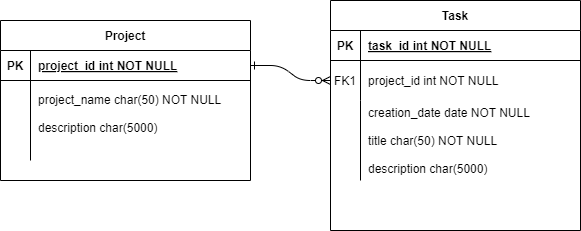
Earlier version of the draw.io export entity-relationship.png (soandrade6/projects-manager-API). Source tidied: cells renumbered, new cells last; positions are measured from the earlier drawing's top-left corner, leaving out a move shared by most shapes. Its diagram source:
```xml
<mxGraphModel>
  <root>
    <mxCell id="0" />
    <mxCell id="1" parent="0" />
    <mxCell id="2" style="edgeStyle=entityRelationEdgeStyle;endArrow=ERzeroToMany;startArrow=ERone;endFill=1;startFill=0;" parent="1" edge="1" source="14" target="7">
      <mxGeometry relative="1" as="geometry" />
    </mxCell>
    <mxCell id="3" value="Task" style="shape=table;startSize=30;rowLines=0;fontStyle=1;align=center;" parent="1" vertex="1">
      <mxGeometry x="330" width="250" height="230" as="geometry" />
    </mxCell>
    <mxCell id="4" style="shape=partialRectangle;fillColor=none;top=0;left=0;right=0;bottom=1;" parent="3" vertex="1">
      <mxGeometry y="30" width="250" height="30" as="geometry" />
    </mxCell>
    <mxCell id="5" value="PK" style="shape=partialRectangle;overflow=hidden;fillColor=none;top=0;left=0;bottom=0;right=0;fontStyle=1;" parent="4" vertex="1">
      <mxGeometry width="30" height="30" as="geometry" />
    </mxCell>
    <mxCell id="6" value="task_id int NOT NULL " style="shape=partialRectangle;overflow=hidden;fillColor=none;top=0;left=0;bottom=0;right=0;align=left;spacingLeft=6;fontStyle=5;" parent="4" vertex="1">
      <mxGeometry x="30" width="220" height="30" as="geometry" />
    </mxCell>
    <mxCell id="7" style="shape=partialRectangle;fillColor=none;points=[[0,0.5],[1,0.5]];portConstraint=eastwest;top=0;left=0;right=0;bottom=0;" parent="3" vertex="1">
      <mxGeometry y="60" width="250" height="40" as="geometry" />
    </mxCell>
    <mxCell id="8" value="FK1" style="shape=partialRectangle;overflow=hidden;fillColor=none;top=0;left=0;bottom=0;right=0;" parent="7" vertex="1">
      <mxGeometry width="30" height="40" as="geometry" />
    </mxCell>
    <mxCell id="9" value="project_id int NOT NULL" style="shape=partialRectangle;overflow=hidden;fillColor=none;top=0;left=0;bottom=0;right=0;align=left;spacingLeft=6;" parent="7" vertex="1">
      <mxGeometry x="30" width="220" height="40" as="geometry" />
    </mxCell>
    <mxCell id="10" style="shape=partialRectangle;fillColor=none;top=0;left=0;right=0;bottom=0;" parent="3" vertex="1">
      <mxGeometry y="100" width="250" height="80" as="geometry" />
    </mxCell>
    <mxCell id="11" style="shape=partialRectangle;overflow=hidden;fillColor=none;top=0;left=0;bottom=0;right=0;" parent="10" vertex="1">
      <mxGeometry width="30" height="80" as="geometry" />
    </mxCell>
    <mxCell id="12" value="creation_date date NOT NULL&#10;&#10;title char(50) NOT NULL&#10;&#10;description char(5000)" style="shape=partialRectangle;overflow=hidden;fillColor=none;top=0;left=0;bottom=0;right=0;align=left;spacingLeft=6;" parent="10" vertex="1">
      <mxGeometry x="30" width="220" height="80" as="geometry" />
    </mxCell>
    <mxCell id="13" value="Project" style="shape=table;startSize=30;rowLines=0;fontStyle=1;align=center;" parent="1" vertex="1">
      <mxGeometry y="20" width="250" height="160" as="geometry" />
    </mxCell>
    <mxCell id="14" style="shape=partialRectangle;fillColor=none;points=[[0,0.5],[1,0.5]];portConstraint=eastwest;top=0;left=0;right=0;bottom=1;" parent="13" vertex="1">
      <mxGeometry y="30" width="250" height="30" as="geometry" />
    </mxCell>
    <mxCell id="15" value="PK" style="shape=partialRectangle;overflow=hidden;fillColor=none;top=0;left=0;bottom=0;right=0;fontStyle=1;" parent="14" vertex="1">
      <mxGeometry width="30" height="30" as="geometry" />
    </mxCell>
    <mxCell id="16" value="project_id int NOT NULL " style="shape=partialRectangle;overflow=hidden;fillColor=none;top=0;left=0;bottom=0;right=0;align=left;spacingLeft=6;fontStyle=5;" parent="14" vertex="1">
      <mxGeometry x="30" width="220" height="30" as="geometry" />
    </mxCell>
    <mxCell id="17" style="shape=partialRectangle;fillColor=none;top=0;left=0;right=0;bottom=0;" parent="13" vertex="1">
      <mxGeometry y="60" width="250" height="80" as="geometry" />
    </mxCell>
    <mxCell id="18" style="shape=partialRectangle;overflow=hidden;fillColor=none;top=0;left=0;bottom=0;right=0;" parent="17" vertex="1">
      <mxGeometry width="30" height="80" as="geometry" />
    </mxCell>
    <mxCell id="19" value="project_name char(50) NOT NULL&#10;&#10;description char(5000)&#10;" style="shape=partialRectangle;overflow=hidden;fillColor=none;top=0;left=0;bottom=0;right=0;align=left;spacingLeft=6;" parent="17" vertex="1">
      <mxGeometry x="30" width="220" height="80" as="geometry" />
    </mxCell>
  </root>
</mxGraphModel>
```
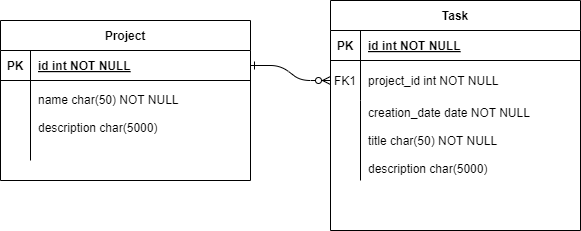
Later version of the same file.

Commit message:
Entity relationship modified

Change to the diagram source:
```diff
@@ -14,7 +14,7 @@
     <mxCell id="5" value="PK" style="shape=partialRectangle;overflow=hidden;fillColor=none;top=0;left=0;bottom=0;right=0;fontStyle=1;" parent="4" vertex="1">
       <mxGeometry width="30" height="30" as="geometry" />
     </mxCell>
-    <mxCell id="6" value="task_id int NOT NULL " style="shape=partialRectangle;overflow=hidden;fillColor=none;top=0;left=0;bottom=0;right=0;align=left;spacingLeft=6;fontStyle=5;" parent="4" vertex="1">
+    <mxCell id="6" value="id int NOT NULL " style="shape=partialRectangle;overflow=hidden;fillColor=none;top=0;left=0;bottom=0;right=0;align=left;spacingLeft=6;fontStyle=5;" parent="4" vertex="1">
       <mxGeometry x="30" width="220" height="30" as="geometry" />
     </mxCell>
     <mxCell id="7" style="shape=partialRectangle;fillColor=none;points=[[0,0.5],[1,0.5]];portConstraint=eastwest;top=0;left=0;right=0;bottom=0;" parent="3" vertex="1">
@@ -44,7 +44,7 @@
     <mxCell id="15" value="PK" style="shape=partialRectangle;overflow=hidden;fillColor=none;top=0;left=0;bottom=0;right=0;fontStyle=1;" parent="14" vertex="1">
       <mxGeometry width="30" height="30" as="geometry" />
     </mxCell>
-    <mxCell id="16" value="project_id int NOT NULL " style="shape=partialRectangle;overflow=hidden;fillColor=none;top=0;left=0;bottom=0;right=0;align=left;spacingLeft=6;fontStyle=5;" parent="14" vertex="1">
+    <mxCell id="16" value="id int NOT NULL " style="shape=partialRectangle;overflow=hidden;fillColor=none;top=0;left=0;bottom=0;right=0;align=left;spacingLeft=6;fontStyle=5;" parent="14" vertex="1">
       <mxGeometry x="30" width="220" height="30" as="geometry" />
     </mxCell>
     <mxCell id="17" style="shape=partialRectangle;fillColor=none;top=0;left=0;right=0;bottom=0;" parent="13" vertex="1">
@@ -53,7 +53,7 @@
     <mxCell id="18" style="shape=partialRectangle;overflow=hidden;fillColor=none;top=0;left=0;bottom=0;right=0;" parent="17" vertex="1">
       <mxGeometry width="30" height="80" as="geometry" />
     </mxCell>
-    <mxCell id="19" value="project_name char(50) NOT NULL&#10;&#10;description char(5000)&#10;" style="shape=partialRectangle;overflow=hidden;fillColor=none;top=0;left=0;bottom=0;right=0;align=left;spacingLeft=6;" parent="17" vertex="1">
+    <mxCell id="19" value="name char(50) NOT NULL&#10;&#10;description char(5000)&#10;" style="shape=partialRectangle;overflow=hidden;fillColor=none;top=0;left=0;bottom=0;right=0;align=left;spacingLeft=6;" parent="17" vertex="1">
       <mxGeometry x="30" width="220" height="80" as="geometry" />
     </mxCell>
   </root>
```
